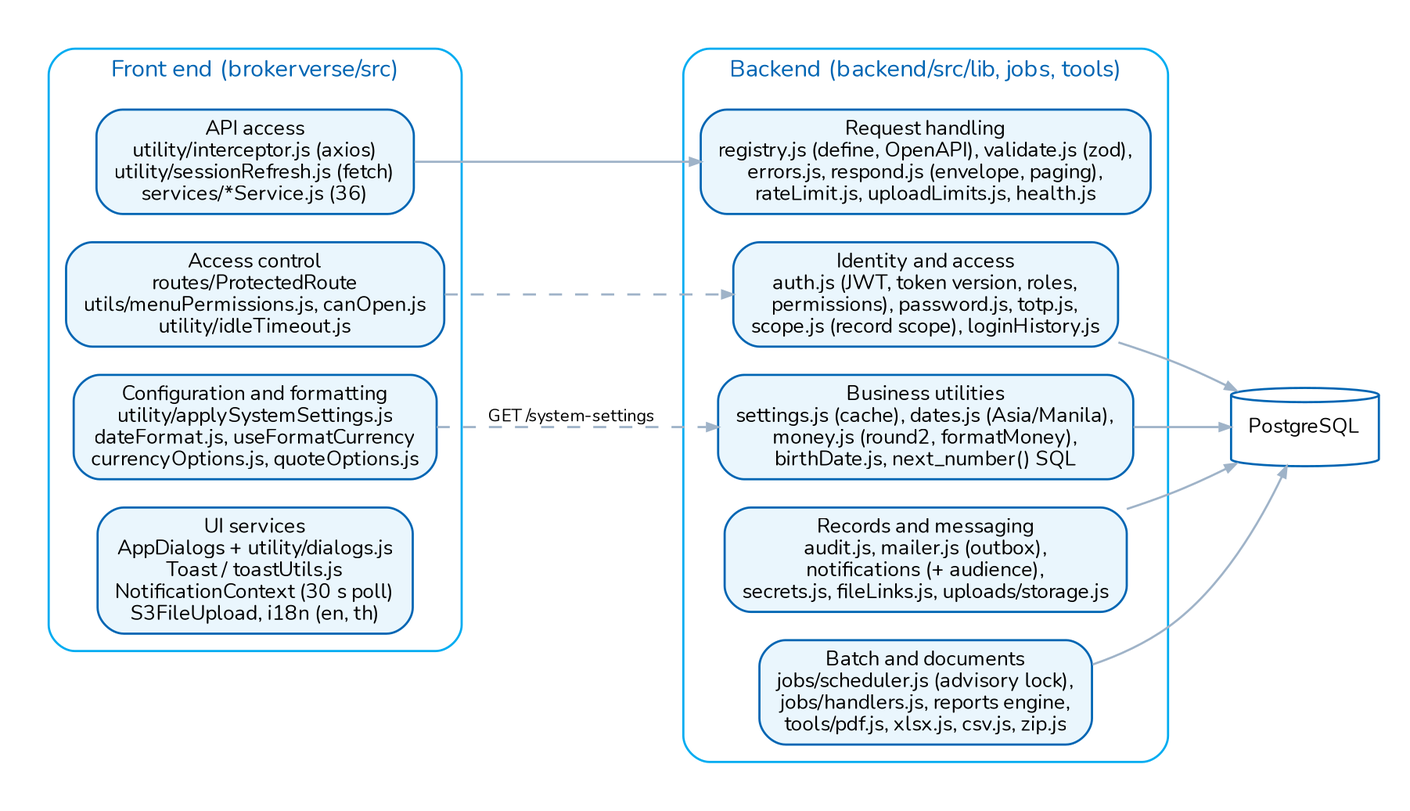
Above: docs/architecture/diagrams/d05_shared_services.png in IortaTexhNXT-DEV/BDOI-OOTB (Graphviz), before the change. Its source is kept beside it as docs/architecture/diagrams/d05_shared_services.dot.
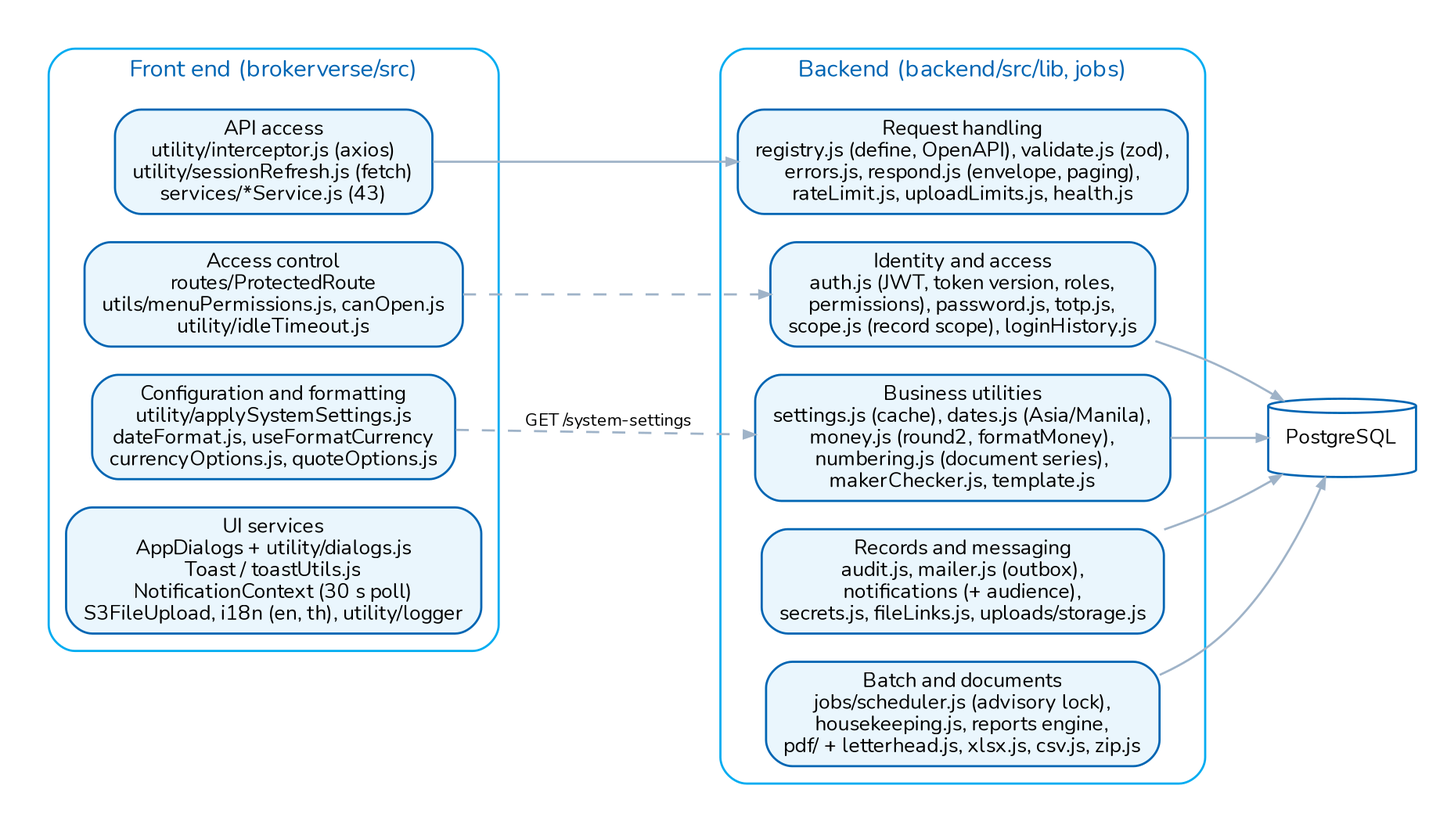
After the commit.

What changed in the source:
```diff
@@ -3,17 +3,17 @@
   node  [shape=box, style="rounded,filled", fillcolor="#EAF6FD", color="#0065B3", fontname="Nunito", fontsize=9.5];
   edge  [color="#9FB3C8", arrowsize=0.5, fontname="Nunito", fontsize=9];
   subgraph cluster_fe { label="Front end (brokerverse/src)"; style="rounded"; color="#00ACF1"; fontcolor="#0065B3";
-    fe1 [label="API access\nutility/interceptor.js (axios)\nutility/sessionRefresh.js (fetch)\nservices/*Service.js (36)"];
+    fe1 [label="API access\nutility/interceptor.js (axios)\nutility/sessionRefresh.js (fetch)\nservices/*Service.js (43)"];
     fe2 [label="Access control\nroutes/ProtectedRoute\nutils/menuPermissions.js, canOpen.js\nutility/idleTimeout.js"];
     fe3 [label="Configuration and formatting\nutility/applySystemSettings.js\ndateFormat.js, useFormatCurrency\ncurrencyOptions.js, quoteOptions.js"];
-    fe4 [label="UI services\nAppDialogs + utility/dialogs.js\nToast / toastUtils.js\nNotificationContext (30 s poll)\nS3FileUpload, i18n (en, th)"];
+    fe4 [label="UI services\nAppDialogs + utility/dialogs.js\nToast / toastUtils.js\nNotificationContext (30 s poll)\nS3FileUpload, i18n (en, th), utility/logger"];
   }
-  subgraph cluster_be { label="Backend (backend/src/lib, jobs, tools)"; style="rounded"; color="#00ACF1"; fontcolor="#0065B3";
+  subgraph cluster_be { label="Backend (backend/src/lib, jobs)"; style="rounded"; color="#00ACF1"; fontcolor="#0065B3";
     b1 [label="Identity and access\nauth.js (JWT, token version, roles,\npermissions), password.js, totp.js,\nscope.js (record scope), loginHistory.js"];
     b2 [label="Request handling\nregistry.js (define, OpenAPI), validate.js (zod),\nerrors.js, respond.js (envelope, paging),\nrateLimit.js, uploadLimits.js, health.js"];
-    b3 [label="Business utilities\nsettings.js (cache), dates.js (Asia/Manila),\nmoney.js (round2, formatMoney),\nbirthDate.js, next_number() SQL"];
+    b3 [label="Business utilities\nsettings.js (cache), dates.js (Asia/Manila),\nmoney.js (round2, formatMoney),\nnumbering.js (document series),\nmakerChecker.js, template.js"];
     b4 [label="Records and messaging\naudit.js, mailer.js (outbox),\nnotifications (+ audience),\nsecrets.js, fileLinks.js, uploads/storage.js"];
-    b5 [label="Batch and documents\njobs/scheduler.js (advisory lock),\njobs/handlers.js, reports engine,\ntools/pdf.js, xlsx.js, csv.js, zip.js"];
+    b5 [label="Batch and documents\njobs/scheduler.js (advisory lock),\nhousekeeping.js, reports engine,\npdf/ + letterhead.js, xlsx.js, csv.js, zip.js"];
   }
   db [label="PostgreSQL", shape=cylinder, fillcolor="#FFFFFF"];
   fe1 -> b2; fe2 -> b1 [style=dashed]; fe3 -> b3 [style=dashed, label=" GET /system-settings ", fontsize=8];
```
